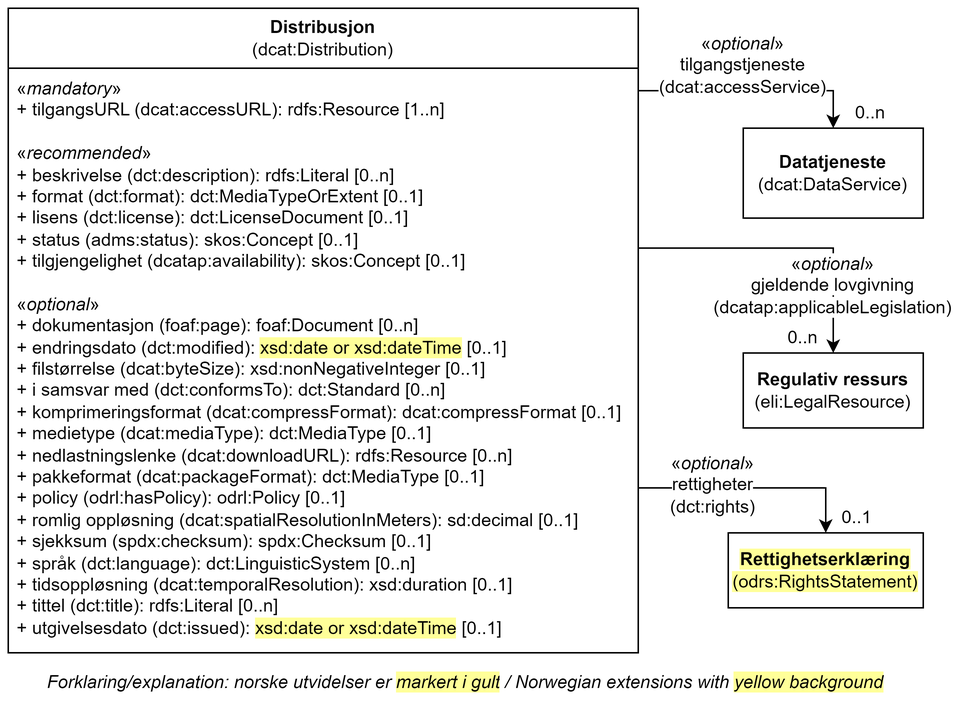
Earlier version of the draw.io export docs/images/Klassen-Distribusjon.png (Informasjonsforvaltning/dcat-ap-no). Source tidied: cells renumbered, new cells last; positions are measured from the earlier drawing's top-left corner, leaving out a move shared by most shapes.
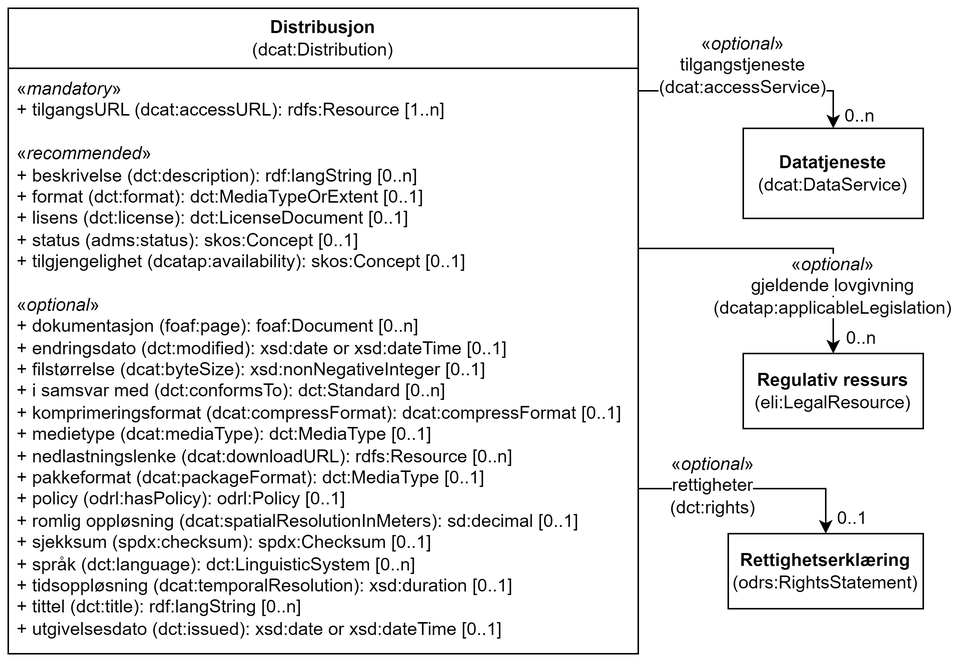
After the commit.

Change to the diagram source:
```diff
@@ -5,7 +5,7 @@
     <mxCell id="2" value="Distribusjon&lt;br&gt;&lt;span style=&quot;font-weight: normal;&quot;&gt;(dcat:Distribution)&lt;/span&gt;" style="swimlane;whiteSpace=wrap;html=1;startSize=40;" parent="1" vertex="1">
       <mxGeometry width="420" height="430" as="geometry" />
     </mxCell>
-    <mxCell id="3" value="«&lt;i&gt;mandatory&lt;/i&gt;»&lt;br&gt;+ tilgangsURL (dcat:accessURL): rdfs:Resource [1..n]&lt;br&gt;&lt;br&gt;«&lt;i&gt;recommended&lt;/i&gt;»&lt;br&gt;+ beskrivelse (dct:description): rdfs:Literal [0..n]&lt;br&gt;+ format (dct:format): dct:MediaTypeOrExtent [0..1]&lt;br&gt;+ lisens (dct:license): dct:LicenseDocument [0..1]&lt;br&gt;+ status (adms:status): skos:Concept [0..1]&lt;br&gt;+ tilgjengelighet (dcatap:availability): skos:Concept [0..1]&lt;br&gt;&lt;br&gt;«&lt;i&gt;optional&lt;/i&gt;»&lt;br&gt;+ dokumentasjon (foaf:page): foaf:Document [0..n]&lt;br&gt;+ endringsdato (dct:modified): &lt;span style=&quot;background-color: rgb(255, 255, 153);&quot;&gt;xsd:date or xsd:dateTime&lt;/span&gt; [0..1]&lt;br&gt;+ filstørrelse (dcat:byteSize): xsd:nonNegativeInteger [0..1]&lt;br&gt;+ i samsvar med (dct:conformsTo): dct:Standard [0..n]&lt;br&gt;+ komprimeringsformat (dcat:compressFormat): dcat:compressFormat [0..1]&lt;br&gt;+ medietype (dcat:mediaType): dct:MediaType [0..1]&lt;br&gt;+ nedlastningslenke (dcat:downloadURL): rdfs:Resource [0..n]&lt;br&gt;+ pakkeformat (dcat:packageFormat): dct:MediaType [0..1]&lt;br&gt;+ policy (odrl:hasPolicy): odrl:Policy [0..1]&lt;br&gt;+ romlig oppløsning (dcat:spatialResolutionInMeters): sd:decimal [0..1]&lt;br&gt;+ sjekksum (spdx:checksum): spdx:Checksum [0..1]&lt;br&gt;+ språk (dct:language): dct:LinguisticSystem [0..n]&lt;br&gt;+ tidsoppløsning (dcat:temporalResolution): xsd:duration [0..1]&lt;br&gt;+ tittel (dct:title): rdfs:Literal [0..n]&lt;br&gt;+ utgivelsesdato (dct:issued): &lt;span style=&quot;background-color: rgb(255, 255, 153);&quot;&gt;xsd:date or xsd:dateTime&lt;/span&gt; [0..1]" style="text;strokeColor=none;fillColor=none;align=left;verticalAlign=top;spacingLeft=4;spacingRight=4;overflow=hidden;whiteSpace=wrap;html=1;" parent="2" vertex="1">
+    <mxCell id="3" value="«&lt;i&gt;mandatory&lt;/i&gt;»&lt;br&gt;+ tilgangsURL (dcat:accessURL): rdfs:Resource [1..n]&lt;br&gt;&lt;br&gt;«&lt;i&gt;recommended&lt;/i&gt;»&lt;br&gt;+ beskrivelse (dct:description): rdf:langString [0..n]&lt;br&gt;+ format (dct:format): dct:MediaTypeOrExtent [0..1]&lt;br&gt;+ lisens (dct:license): dct:LicenseDocument [0..1]&lt;br&gt;+ status (adms:status): skos:Concept [0..1]&lt;br&gt;+ tilgjengelighet (dcatap:availability): skos:Concept [0..1]&lt;br&gt;&lt;br&gt;«&lt;i&gt;optional&lt;/i&gt;»&lt;br&gt;+ dokumentasjon (foaf:page): foaf:Document [0..n]&lt;br&gt;+ endringsdato (dct:modified): xsd:date or xsd:dateTime [0..1]&lt;br&gt;+ filstørrelse (dcat:byteSize): xsd:nonNegativeInteger [0..1]&lt;br&gt;+ i samsvar med (dct:conformsTo): dct:Standard [0..n]&lt;br&gt;+ komprimeringsformat (dcat:compressFormat): dcat:compressFormat [0..1]&lt;br&gt;+ medietype (dcat:mediaType): dct:MediaType [0..1]&lt;br&gt;+ nedlastningslenke (dcat:downloadURL): rdfs:Resource [0..n]&lt;br&gt;+ pakkeformat (dcat:packageFormat): dct:MediaType [0..1]&lt;br&gt;+ policy (odrl:hasPolicy): odrl:Policy [0..1]&lt;br&gt;+ romlig oppløsning (dcat:spatialResolutionInMeters): sd:decimal [0..1]&lt;br&gt;+ sjekksum (spdx:checksum): spdx:Checksum [0..1]&lt;br&gt;+ språk (dct:language): dct:LinguisticSystem [0..n]&lt;br&gt;+ tidsoppløsning (dcat:temporalResolution): xsd:duration [0..1]&lt;br&gt;+ tittel (dct:title):&amp;nbsp;rdf:langString&amp;nbsp;[0..n]&lt;br&gt;+ utgivelsesdato (dct:issued): xsd:date or xsd:dateTime [0..1]" style="text;strokeColor=none;fillColor=none;align=left;verticalAlign=top;spacingLeft=4;spacingRight=4;overflow=hidden;whiteSpace=wrap;html=1;" parent="2" vertex="1">
       <mxGeometry y="40" width="420" height="380" as="geometry" />
     </mxCell>
     <mxCell id="4" value="&lt;b&gt;Datatjeneste&lt;/b&gt;&lt;br&gt;(dcat:DataService)" style="rounded=0;whiteSpace=wrap;html=1;" parent="1" vertex="1">
@@ -23,13 +23,13 @@
       <mxGeometry x="430" y="10" width="120" height="40" as="geometry" />
     </mxCell>
     <mxCell id="7" value="0..n" style="text;html=1;strokeColor=none;fillColor=none;align=center;verticalAlign=middle;whiteSpace=wrap;rounded=0;" parent="1" vertex="1">
-      <mxGeometry x="560" y="60" width="30" height="20" as="geometry" />
+      <mxGeometry x="553" y="62" width="30" height="20" as="geometry" />
     </mxCell>
     <mxCell id="8" value="&lt;b&gt;Regulativ ressurs&lt;/b&gt;&lt;br&gt;(eli:LegalResource)" style="html=1;whiteSpace=wrap;" parent="1" vertex="1">
       <mxGeometry x="490" y="230" width="120" height="50" as="geometry" />
     </mxCell>
     <mxCell id="9" value="0..n" style="text;html=1;strokeColor=none;fillColor=none;align=center;verticalAlign=middle;whiteSpace=wrap;rounded=0;" parent="1" vertex="1">
-      <mxGeometry x="516" y="210" width="28" height="20" as="geometry" />
+      <mxGeometry x="555" y="210" width="28" height="20" as="geometry" />
     </mxCell>
     <mxCell id="10" style="endArrow=classic;html=1;rounded=0;" parent="1" edge="1">
       <mxGeometry relative="1" as="geometry">
@@ -43,7 +43,7 @@
     <mxCell id="11" value="«&lt;i style=&quot;background-color: rgb(255, 255, 255);&quot;&gt;optional&lt;/i&gt;»&lt;br&gt;&lt;span style=&quot;background-color: rgb(255, 255, 255);&quot;&gt;gjeldende lovgivning&lt;br&gt;(dcatap:applicableLegislation)&lt;/span&gt;" style="text;html=1;align=center;verticalAlign=middle;whiteSpace=wrap;rounded=0;" parent="1" vertex="1">
       <mxGeometry x="520" y="170" width="60" height="30" as="geometry" />
     </mxCell>
-    <mxCell id="12" value="&lt;span style=&quot;background-color: rgb(255, 255, 153);&quot;&gt;&lt;b&gt;Rettighetserklæring&lt;/b&gt;&lt;br&gt;(odrs:RightsStatement)&lt;/span&gt;" style="html=1;whiteSpace=wrap;" parent="1" vertex="1">
+    <mxCell id="12" value="&lt;b style=&quot;&quot;&gt;Rettighetserklæring&lt;/b&gt;&lt;br&gt;(odrs:RightsStatement)" style="html=1;whiteSpace=wrap;" parent="1" vertex="1">
       <mxGeometry x="480" y="350" width="130" height="50" as="geometry" />
     </mxCell>
     <mxCell id="13" style="endArrow=classic;html=1;rounded=0;entryX=0.5;entryY=0;entryDx=0;entryDy=0;" parent="1" edge="1" target="12">
@@ -58,10 +58,7 @@
       <mxGeometry x="440" y="310" width="60" height="30" as="geometry" />
     </mxCell>
     <mxCell id="15" value="0..1" style="text;html=1;strokeColor=none;fillColor=none;align=center;verticalAlign=middle;whiteSpace=wrap;rounded=0;" parent="1" vertex="1">
-      <mxGeometry x="552" y="330" width="28" height="20" as="geometry" />
+      <mxGeometry x="549" y="330" width="28" height="20" as="geometry" />
     </mxCell>
-    <mxCell id="16" value="Forklaring/explanation: norske utvidelser er&amp;nbsp;&lt;span style=&quot;background-color: rgb(255, 255, 153);&quot;&gt;markert i gult&lt;/span&gt;&lt;span style=&quot;background-color: rgb(255 , 255 , 255)&quot;&gt;&amp;nbsp;/&amp;nbsp;Norwegian extensions with &lt;/span&gt;&lt;span style=&quot;background-color: rgb(255, 255, 153);&quot;&gt;yellow background&lt;/span&gt;" style="text;html=1;strokeColor=none;fillColor=none;align=center;verticalAlign=middle;whiteSpace=wrap;rounded=0;fontStyle=2;" parent="1" vertex="1">
-      <mxGeometry y="440" width="610" height="20" as="geometry" />
-    </mxCell>
   </root>
 </mxGraphModel>
```
